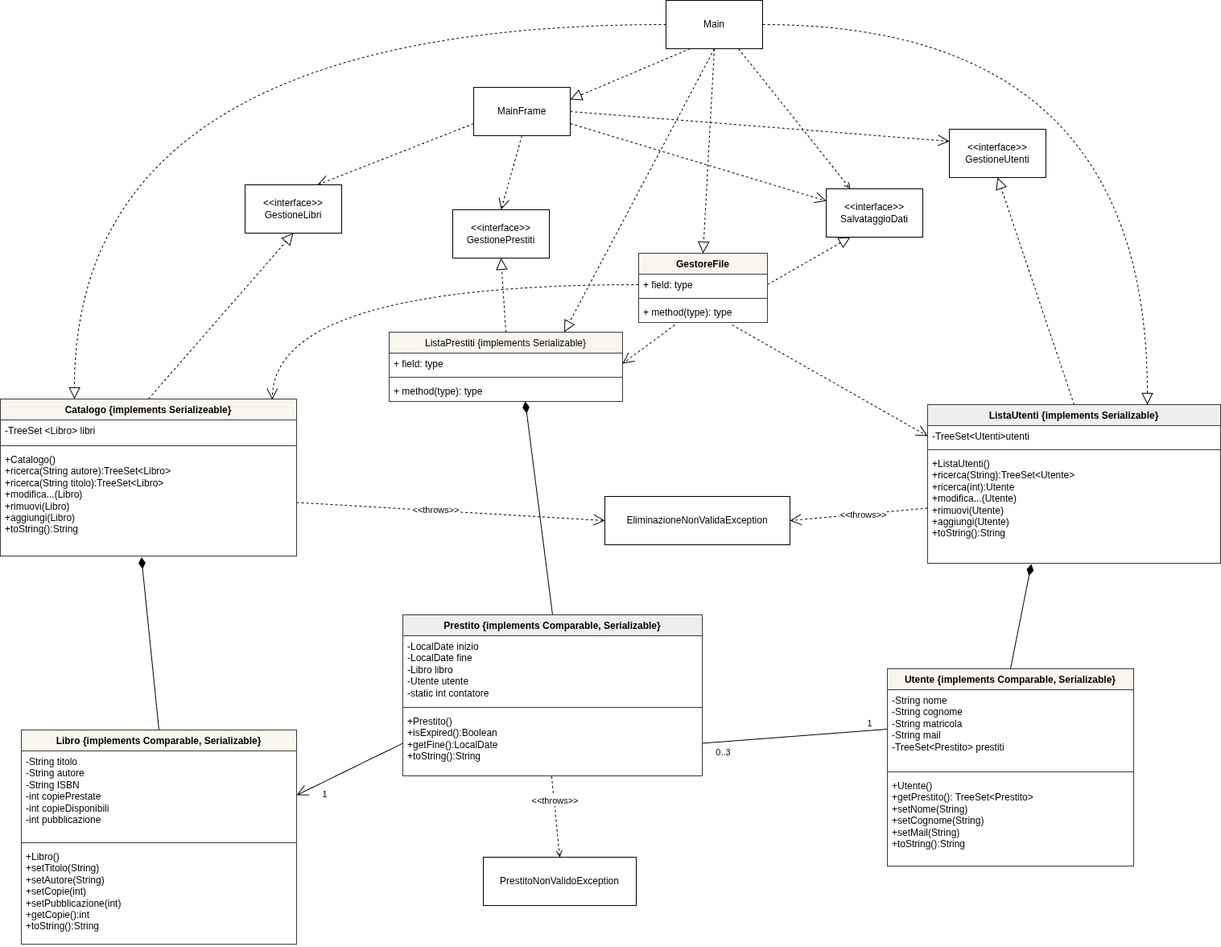
Above: Design/Class_Diagram.drawio .png in doppiaaa/Progetto-Biblioteca-Ingegneria-del-Software (draw.io), before the change. Source tidied: cells renumbered, new cells last; positions are measured from the earlier drawing's top-left corner, leaving out a move shared by most shapes.
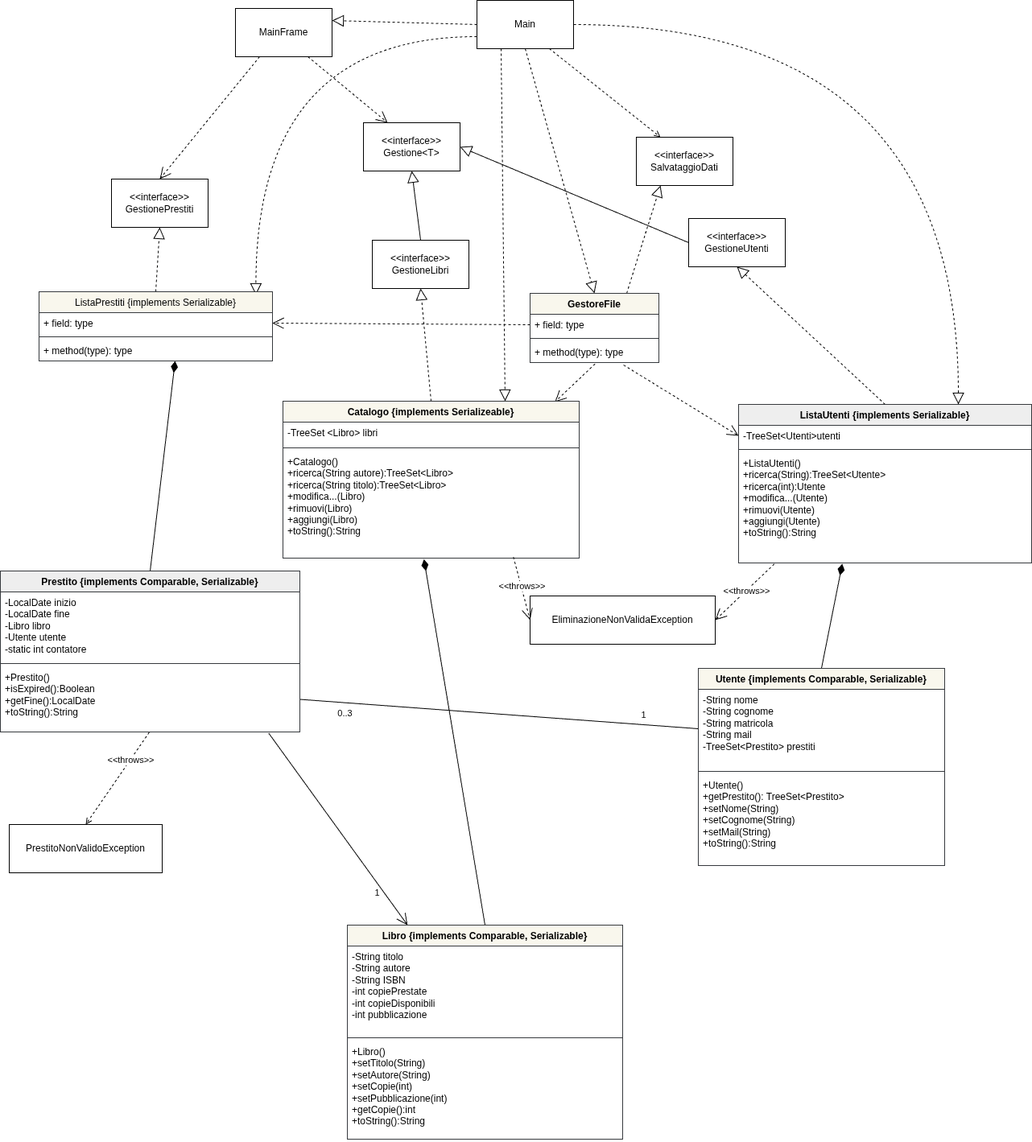
The same diagram one commit later.

What changed in the source:
```diff
@@ -2,31 +2,28 @@
   <root>
     <mxCell id="0" />
     <mxCell id="1" parent="0" />
-    <mxCell id="2" style="rounded=0;jettySize=auto;html=1;exitX=0;exitY=0.75;exitDx=0;exitDy=0;entryX=0.75;entryY=0;entryDx=0;entryDy=0;dashed=1;endArrow=open;endFill=0;endSize=12;fontColor=light-dark(#000000,#000000);strokeColor=light-dark(#000000,#000000);" parent="1" edge="1" source="6" target="7">
-      <mxGeometry relative="1" as="geometry" />
-    </mxCell>
-    <mxCell id="3" style="rounded=0;jettySize=auto;html=1;exitX=0.5;exitY=1;exitDx=0;exitDy=0;entryX=0.5;entryY=0;entryDx=0;entryDy=0;dashed=1;endArrow=open;endFill=0;endSize=12;fontColor=light-dark(#000000,#000000);strokeColor=light-dark(#000000,#000000);" parent="1" edge="1" source="6" target="8">
+    <mxCell id="3" style="rounded=0;jettySize=auto;html=1;exitX=0.25;exitY=1;exitDx=0;exitDy=0;entryX=0.5;entryY=0;entryDx=0;entryDy=0;dashed=1;endArrow=open;endFill=0;endSize=12;fontColor=light-dark(#000000,#000000);strokeColor=light-dark(#000000,#000000);" parent="1" edge="1" source="6" target="8">
       <mxGeometry relative="1" as="geometry" />
     </mxCell>
-    <mxCell id="4" style="rounded=0;jettySize=auto;html=1;exitX=1;exitY=0.5;exitDx=0;exitDy=0;entryX=0;entryY=0.25;entryDx=0;entryDy=0;dashed=1;endArrow=open;endFill=0;endSize=12;fontColor=light-dark(#000000,#000000);strokeColor=light-dark(#000000,#000000);" parent="1" edge="1" source="6" target="9">
+    <mxCell id="4" style="rounded=0;jettySize=auto;html=1;exitX=0.75;exitY=1;exitDx=0;exitDy=0;entryX=0.25;entryY=0;entryDx=0;entryDy=0;dashed=1;endArrow=open;endFill=0;endSize=12;fontColor=light-dark(#000000,#000000);strokeColor=light-dark(#000000,#000000);" parent="1" edge="1" source="6" target="71">
       <mxGeometry relative="1" as="geometry" />
     </mxCell>
-    <mxCell id="5" style="rounded=0;jettySize=auto;html=1;exitX=1;exitY=0.75;exitDx=0;exitDy=0;entryX=0;entryY=0.25;entryDx=0;entryDy=0;dashed=1;endArrow=open;endFill=0;strokeColor=light-dark(#000000,#000000);endSize=12;" parent="1" edge="1" source="6" target="31">
-      <mxGeometry relative="1" as="geometry" />
-    </mxCell>
     <mxCell id="6" value="MainFrame" style="rounded=0;whiteSpace=wrap;html=1;fontColor=light-dark(#000000,#FFFFFF);strokeColor=light-dark(#000000,#000000);" parent="1" vertex="1">
-      <mxGeometry x="588" y="108" width="120" height="60" as="geometry" />
+      <mxGeometry x="527" y="10" width="120" height="60" as="geometry" />
     </mxCell>
+    <mxCell id="69" style="rounded=0;jettySize=auto;html=1;exitX=0.5;exitY=0;exitDx=0;exitDy=0;entryX=0.5;entryY=1;entryDx=0;entryDy=0;endArrow=block;endFill=0;strokeColor=light-dark(#000000,#000000);endSize=12;" parent="1" edge="1" source="7" target="71">
+      <mxGeometry relative="1" as="geometry" />
+    </mxCell>
     <mxCell id="7" value="&amp;lt;&amp;lt;interface&amp;gt;&amp;gt;&lt;div&gt;GestioneLibri&lt;/div&gt;" style="rounded=0;whiteSpace=wrap;html=1;fontColor=light-dark(#000000,#FFFFFF);labelBackgroundColor=default;strokeColor=light-dark(#000000,#000000);" parent="1" vertex="1">
-      <mxGeometry x="304" y="229" width="120" height="60" as="geometry" />
+      <mxGeometry x="697" y="298" width="120" height="60" as="geometry" />
     </mxCell>
     <mxCell id="8" value="&amp;lt;&amp;lt;interface&amp;gt;&amp;gt;&lt;div&gt;GestionePrestiti&lt;/div&gt;" style="rounded=0;whiteSpace=wrap;html=1;fontColor=light-dark(#000000,#FFFFFF);strokeColor=light-dark(#000000,#000000);" parent="1" vertex="1">
-      <mxGeometry x="562" y="260" width="120" height="60" as="geometry" />
+      <mxGeometry x="373" y="222" width="120" height="60" as="geometry" />
     </mxCell>
     <mxCell id="9" value="&amp;lt;&amp;lt;interface&amp;gt;&amp;gt;&lt;div&gt;GestioneUtenti&lt;/div&gt;" style="rounded=0;whiteSpace=wrap;html=1;fontColor=light-dark(#000000,#FFFFFF);strokeColor=light-dark(#000000,#000000);" parent="1" vertex="1">
-      <mxGeometry x="1179" y="160" width="120" height="60" as="geometry" />
+      <mxGeometry x="1090" y="271" width="120" height="60" as="geometry" />
     </mxCell>
-    <mxCell id="10" style="rounded=0;jettySize=auto;html=1;entryX=1;entryY=0.5;entryDx=0;entryDy=0;endArrow=open;endFill=0;strokeWidth=1;fontColor=light-dark(#000000,#000000);strokeColor=light-dark(#000000,#000000);endSize=12;exitX=0;exitY=0.5;exitDx=0;exitDy=0;" parent="1" edge="1" source="44" target="46">
+    <mxCell id="10" style="rounded=0;jettySize=auto;html=1;endArrow=open;endFill=0;strokeWidth=1;fontColor=light-dark(#000000,#000000);strokeColor=light-dark(#000000,#000000);endSize=12;exitX=0.896;exitY=1.019;exitDx=0;exitDy=0;exitPerimeter=0;" parent="1" edge="1" source="44" target="45">
       <mxGeometry relative="1" as="geometry" />
     </mxCell>
     <mxCell id="11" value="1" style="edgeLabel;html=1;align=center;verticalAlign=middle;" parent="10" vertex="1">
@@ -65,19 +62,19 @@
     <mxCell id="20" style="rounded=0;jettySize=auto;html=1;exitX=0.5;exitY=0;exitDx=0;exitDy=0;entryX=0.5;entryY=1;entryDx=0;entryDy=0;dashed=1;endArrow=block;endFill=0;endSize=12;fontColor=light-dark(#000000,#000000);strokeColor=light-dark(#000000,#000000);" parent="1" edge="1" source="65" target="8">
       <mxGeometry relative="1" as="geometry" />
     </mxCell>
-    <mxCell id="21" style="rounded=0;jettySize=auto;html=1;exitX=0.25;exitY=1;exitDx=0;exitDy=0;entryX=1;entryY=0.25;entryDx=0;entryDy=0;strokeColor=light-dark(#000000,#000000);dashed=1;endArrow=block;endFill=0;endSize=12;" parent="1" edge="1" source="27" target="6">
+    <mxCell id="21" style="rounded=0;jettySize=auto;html=1;exitX=0;exitY=0.5;exitDx=0;exitDy=0;entryX=1;entryY=0.25;entryDx=0;entryDy=0;strokeColor=light-dark(#000000,#000000);dashed=1;endArrow=block;endFill=0;endSize=12;" parent="1" edge="1" source="27" target="6">
       <mxGeometry relative="1" as="geometry" />
     </mxCell>
     <mxCell id="22" style="rounded=0;jettySize=auto;html=1;exitX=0.5;exitY=1;exitDx=0;exitDy=0;entryX=0.5;entryY=0;entryDx=0;entryDy=0;strokeColor=light-dark(#000000,#000000);endArrow=block;endFill=0;dashed=1;endSize=12;" parent="1" edge="1" source="27" target="61">
       <mxGeometry relative="1" as="geometry" />
     </mxCell>
-    <mxCell id="23" style="edgeStyle=orthogonalEdgeStyle;rounded=0;jettySize=auto;html=1;exitX=0;exitY=0.5;exitDx=0;exitDy=0;entryX=0.25;entryY=0;entryDx=0;entryDy=0;strokeColor=light-dark(#000000,#000000);curved=1;dashed=1;endSize=12;endArrow=block;endFill=0;" parent="1" edge="1" source="27" target="53">
+    <mxCell id="23" style="rounded=0;jettySize=auto;html=1;exitX=0.25;exitY=1;exitDx=0;exitDy=0;entryX=0.75;entryY=0;entryDx=0;entryDy=0;strokeColor=light-dark(#000000,#000000);dashed=1;endSize=12;endArrow=block;endFill=0;" parent="1" edge="1" source="27" target="53">
       <mxGeometry relative="1" as="geometry" />
     </mxCell>
     <mxCell id="24" style="edgeStyle=orthogonalEdgeStyle;rounded=0;jettySize=auto;html=1;exitX=1;exitY=0.5;exitDx=0;exitDy=0;entryX=0.75;entryY=0;entryDx=0;entryDy=0;strokeColor=light-dark(#000000,#000000);curved=1;dashed=1;endArrow=block;endFill=0;endSize=12;" parent="1" edge="1" source="27" target="57">
       <mxGeometry relative="1" as="geometry" />
     </mxCell>
-    <mxCell id="25" style="rounded=0;jettySize=auto;html=1;exitX=0.5;exitY=1;exitDx=0;exitDy=0;entryX=0.75;entryY=0;entryDx=0;entryDy=0;strokeColor=light-dark(#000000,#000000);dashed=1;endArrow=block;endFill=0;endSize=12;" parent="1" edge="1" source="27" target="65">
+    <mxCell id="25" style="rounded=0;jettySize=auto;html=1;exitX=0;exitY=0.75;exitDx=0;exitDy=0;entryX=0.929;entryY=0.047;entryDx=0;entryDy=0;strokeColor=light-dark(#000000,#000000);dashed=1;endArrow=block;endFill=0;endSize=12;edgeStyle=orthogonalEdgeStyle;curved=1;entryPerimeter=0;" parent="1" edge="1" source="27" target="65">
       <mxGeometry relative="1" as="geometry" />
     </mxCell>
     <mxCell id="26" style="rounded=0;jettySize=auto;html=1;exitX=0.75;exitY=1;exitDx=0;exitDy=0;entryX=0.25;entryY=0;entryDx=0;entryDy=0;dashed=1;endArrow=open;endFill=0;strokeColor=light-dark(#000000,#000000);" parent="1" edge="1" source="27" target="31">
@@ -86,29 +83,32 @@
     <mxCell id="27" value="Main" style="rounded=0;whiteSpace=wrap;html=1;" parent="1" vertex="1">
       <mxGeometry x="827" width="120" height="60" as="geometry" />
     </mxCell>
-    <mxCell id="28" style="rounded=0;jettySize=auto;html=1;exitX=1;exitY=0.5;exitDx=0;exitDy=0;entryX=0.25;entryY=1;entryDx=0;entryDy=0;strokeColor=light-dark(#000000,#000000);dashed=1;endArrow=block;endFill=0;endSize=12;" parent="1" edge="1" source="62" target="31">
+    <mxCell id="28" style="rounded=0;jettySize=auto;html=1;exitX=0.75;exitY=0;exitDx=0;exitDy=0;entryX=0.25;entryY=1;entryDx=0;entryDy=0;strokeColor=light-dark(#000000,#000000);dashed=1;endArrow=block;endFill=0;endSize=12;" parent="1" edge="1" source="61" target="31">
       <mxGeometry relative="1" as="geometry" />
     </mxCell>
-    <mxCell id="29" style="rounded=0;jettySize=auto;html=1;exitX=0.281;exitY=1.115;exitDx=0;exitDy=0;entryX=1;entryY=0.5;entryDx=0;entryDy=0;strokeColor=light-dark(#000000,#000000);endSize=12;dashed=1;endArrow=open;endFill=0;exitPerimeter=0;" parent="1" edge="1" source="64" target="66">
+    <mxCell id="29" style="rounded=0;jettySize=auto;html=1;exitX=0;exitY=0.5;exitDx=0;exitDy=0;entryX=1;entryY=0.5;entryDx=0;entryDy=0;strokeColor=light-dark(#000000,#000000);endSize=12;dashed=1;endArrow=open;endFill=0;" parent="1" edge="1" source="62" target="66">
       <mxGeometry relative="1" as="geometry" />
     </mxCell>
-    <mxCell id="30" style="rounded=0;jettySize=auto;html=1;exitX=0;exitY=0.5;exitDx=0;exitDy=0;entryX=0.918;entryY=0.005;entryDx=0;entryDy=0;dashed=1;strokeColor=light-dark(#000000,#000000);endSize=12;endArrow=open;endFill=0;edgeStyle=orthogonalEdgeStyle;curved=1;entryPerimeter=0;" parent="1" edge="1" source="62" target="53">
+    <mxCell id="30" style="rounded=0;jettySize=auto;html=1;exitX=0.504;exitY=1.066;exitDx=0;exitDy=0;entryX=0.918;entryY=0.005;entryDx=0;entryDy=0;dashed=1;strokeColor=light-dark(#000000,#000000);endSize=12;endArrow=open;endFill=0;entryPerimeter=0;exitPerimeter=0;" parent="1" edge="1" source="64" target="53">
       <mxGeometry relative="1" as="geometry" />
     </mxCell>
+    <mxCell id="70" style="rounded=0;jettySize=auto;html=1;exitX=0;exitY=0.5;exitDx=0;exitDy=0;entryX=1;entryY=0.5;entryDx=0;entryDy=0;strokeColor=light-dark(#000000,#000000);endArrow=block;endFill=0;endSize=12;" parent="1" edge="1" source="9" target="71">
+      <mxGeometry relative="1" as="geometry" />
+    </mxCell>
     <mxCell id="31" value="&amp;lt;&amp;lt;interface&amp;gt;&amp;gt;&lt;div&gt;SalvataggioDati&lt;/div&gt;" style="rounded=0;whiteSpace=wrap;html=1;" parent="1" vertex="1">
-      <mxGeometry x="1026" y="234" width="120" height="60" as="geometry" />
+      <mxGeometry x="1025" y="170" width="120" height="60" as="geometry" />
     </mxCell>
     <mxCell id="32" value="PrestitoNonValidoException" style="rounded=0;whiteSpace=wrap;html=1;" parent="1" vertex="1">
-      <mxGeometry x="600" y="1064" width="190" height="60" as="geometry" />
+      <mxGeometry x="246" y="1024" width="190" height="60" as="geometry" />
     </mxCell>
-    <mxCell id="33" style="rounded=0;jettySize=auto;html=1;entryX=1;entryY=0.5;entryDx=0;entryDy=0;strokeColor=light-dark(#000000,#000000);exitX=0;exitY=0.5;exitDx=0;exitDy=0;dashed=1;endArrow=open;endFill=0;endSize=12;" parent="1" edge="1" source="60" target="35">
+    <mxCell id="33" style="rounded=0;jettySize=auto;html=1;entryX=1;entryY=0.5;entryDx=0;entryDy=0;strokeColor=light-dark(#000000,#000000);exitX=0.122;exitY=1.009;exitDx=0;exitDy=0;dashed=1;endArrow=open;endFill=0;endSize=12;exitPerimeter=0;" parent="1" edge="1" source="60" target="35">
       <mxGeometry relative="1" as="geometry" />
     </mxCell>
     <mxCell id="34" value="&amp;lt;&amp;lt;throws&amp;gt;&amp;gt;" style="edgeLabel;html=1;align=center;verticalAlign=middle;" parent="33" vertex="1">
       <mxGeometry x="-0.05" relative="1" as="geometry" />
     </mxCell>
     <mxCell id="35" value="EliminazioneNonValidaException" style="rounded=0;whiteSpace=wrap;html=1;" parent="1" vertex="1">
-      <mxGeometry x="751" y="616" width="230" height="60" as="geometry" />
+      <mxGeometry x="893" y="740" width="230" height="60" as="geometry" />
     </mxCell>
     <mxCell id="36" style="rounded=0;jettySize=auto;html=1;exitX=0.497;exitY=1.006;exitDx=0;exitDy=0;strokeColor=light-dark(#000000,#000000);exitPerimeter=0;entryX=0.5;entryY=0;entryDx=0;entryDy=0;dashed=1;endArrow=open;endFill=0;" parent="1" edge="1" source="44" target="32">
       <mxGeometry relative="1" as="geometry" />
@@ -116,7 +116,7 @@
     <mxCell id="37" value="&amp;lt;&amp;lt;throws&amp;gt;&amp;gt;" style="edgeLabel;html=1;align=center;verticalAlign=middle;" parent="36" vertex="1">
       <mxGeometry x="-0.41" relative="1" as="geometry" />
     </mxCell>
-    <mxCell id="38" style="rounded=0;jettySize=auto;html=1;exitX=1;exitY=0.5;exitDx=0;exitDy=0;entryX=0;entryY=0.5;entryDx=0;entryDy=0;fontColor=light-dark(#000000,#000000);endSize=12;endArrow=open;endFill=0;dashed=1;strokeColor=light-dark(#000000,#000000);" parent="1" edge="1" source="56" target="35">
+    <mxCell id="38" style="rounded=0;jettySize=auto;html=1;exitX=0.778;exitY=0.99;exitDx=0;exitDy=0;entryX=0;entryY=0.5;entryDx=0;entryDy=0;fontColor=light-dark(#000000,#000000);endSize=12;endArrow=open;endFill=0;dashed=1;strokeColor=light-dark(#000000,#000000);exitPerimeter=0;" parent="1" edge="1" source="56" target="35">
       <mxGeometry relative="1" as="geometry" />
     </mxCell>
     <mxCell id="39" value="&amp;lt;&amp;lt;throws&amp;gt;&amp;gt;" style="edgeLabel;html=1;align=center;verticalAlign=middle;" parent="38" vertex="1">
@@ -126,7 +126,7 @@
       <mxGeometry relative="1" as="geometry" />
     </mxCell>
     <mxCell id="41" value="Prestito {implements Comparable, Serializable}" style="swimlane;fontStyle=1;align=center;verticalAlign=top;horizontal=1;startSize=26;whiteSpace=wrap;html=1;fillColor=#eeeeee;strokeColor=#36393d;" parent="1" vertex="1">
-      <mxGeometry x="500" y="763" width="372" height="200" as="geometry" />
+      <mxGeometry x="235" y="709" width="372" height="200" as="geometry" />
     </mxCell>
     <mxCell id="42" value="&lt;span&gt;&lt;font style=&quot;color: light-dark(rgb(0, 0, 0), rgb(0, 0, 0));&quot;&gt;-LocalDate inizio&lt;/font&gt;&lt;/span&gt;&lt;div style=&quot;color: rgb(0, 0, 0);&quot;&gt;&lt;font style=&quot;color: light-dark(rgb(0, 0, 0), rgb(0, 0, 0));&quot;&gt;-LocalDate fine&lt;/font&gt;&lt;/div&gt;&lt;div style=&quot;color: rgb(0, 0, 0);&quot;&gt;&lt;font style=&quot;color: light-dark(rgb(0, 0, 0), rgb(0, 0, 0));&quot;&gt;-Libro libro&lt;/font&gt;&lt;/div&gt;&lt;div style=&quot;color: rgb(0, 0, 0);&quot;&gt;&lt;font style=&quot;color: light-dark(rgb(0, 0, 0), rgb(0, 0, 0));&quot;&gt;-Utente utente&lt;/font&gt;&lt;/div&gt;&lt;div style=&quot;color: rgb(0, 0, 0);&quot;&gt;&lt;font style=&quot;color: light-dark(rgb(0, 0, 0), rgb(0, 0, 0));&quot;&gt;-static int contatore&lt;/font&gt;&lt;/div&gt;" style="text;strokeColor=none;fillColor=none;align=left;verticalAlign=top;spacingLeft=4;spacingRight=4;overflow=hidden;whiteSpace=wrap;html=1;" parent="41" vertex="1">
       <mxGeometry y="26" width="372" height="85" as="geometry" />
@@ -138,7 +138,7 @@
       <mxGeometry y="119" width="372" height="81" as="geometry" />
     </mxCell>
     <mxCell id="45" value="Libro {implements Comparable, Serializable}" style="swimlane;fontStyle=1;align=center;verticalAlign=top;horizontal=1;startSize=26;whiteSpace=wrap;html=1;fillColor=#f9f7ed;strokeColor=#36393d;" parent="1" vertex="1">
-      <mxGeometry x="26" y="906" width="342" height="266" as="geometry" />
+      <mxGeometry x="666" y="1149" width="342" height="266" as="geometry" />
     </mxCell>
     <mxCell id="46" value="&lt;font style=&quot;color: light-dark(rgb(0, 0, 0), rgb(0, 0, 0));&quot;&gt;-String titolo&lt;/font&gt;&lt;div&gt;&lt;font style=&quot;color: light-dark(rgb(0, 0, 0), rgb(0, 0, 0));&quot;&gt;-String autore&lt;/font&gt;&lt;/div&gt;&lt;div&gt;&lt;font style=&quot;color: light-dark(rgb(0, 0, 0), rgb(0, 0, 0));&quot;&gt;-String ISBN&lt;/font&gt;&lt;/div&gt;&lt;div&gt;&lt;font style=&quot;color: light-dark(rgb(0, 0, 0), rgb(0, 0, 0));&quot;&gt;-int copiePrestate&lt;/font&gt;&lt;/div&gt;&lt;div&gt;&lt;font style=&quot;color: light-dark(rgb(0, 0, 0), rgb(0, 0, 0));&quot;&gt;-int copieDisponibili&lt;/font&gt;&lt;/div&gt;&lt;div&gt;&lt;font style=&quot;color: light-dark(rgb(0, 0, 0), rgb(0, 0, 0));&quot;&gt;-int pubblicazione&lt;/font&gt;&lt;/div&gt;&lt;div&gt;&lt;br style=&quot;color: rgb(0, 0, 0);&quot;&gt;&lt;/div&gt;" style="text;strokeColor=none;fillColor=none;align=left;verticalAlign=top;spacingLeft=4;spacingRight=4;overflow=hidden;points=[[0,0.5],[1,0.5]];portConstraint=eastwest;whiteSpace=wrap;html=1;" parent="45" vertex="1">
       <mxGeometry y="26" width="342" height="110" as="geometry" />
@@ -162,7 +162,7 @@
       <mxGeometry y="132" width="306" height="113" as="geometry" />
     </mxCell>
     <mxCell id="53" value="Catalogo {implements Serializeable}" style="swimlane;fontStyle=1;align=center;verticalAlign=top;horizontal=1;startSize=26;whiteSpace=wrap;html=1;fillColor=#f9f7ed;strokeColor=#36393d;" parent="1" vertex="1">
-      <mxGeometry y="495" width="368" height="195" as="geometry" />
+      <mxGeometry x="586" y="498" width="368" height="195" as="geometry" />
     </mxCell>
     <mxCell id="54" value="&lt;span&gt;&lt;font style=&quot;color: light-dark(rgb(0, 0, 0), rgb(0, 0, 0));&quot;&gt;-TreeSet &amp;lt;Libro&amp;gt; libri&lt;/font&gt;&lt;/span&gt;" style="text;strokeColor=none;fillColor=none;align=left;verticalAlign=top;spacingLeft=4;spacingRight=4;overflow=hidden;whiteSpace=wrap;html=1;" parent="53" vertex="1">
       <mxGeometry y="26" width="368" height="28" as="geometry" />
@@ -186,7 +186,7 @@
       <mxGeometry y="60" width="364" height="137" as="geometry" />
     </mxCell>
     <mxCell id="61" value="GestoreFile" style="swimlane;fontStyle=1;align=center;verticalAlign=top;horizontal=1;startSize=26;whiteSpace=wrap;html=1;fillColor=#f9f7ed;strokeColor=#36393d;" parent="1" vertex="1">
-      <mxGeometry x="793" y="314" width="160" height="86" as="geometry" />
+      <mxGeometry x="893" y="364" width="160" height="86" as="geometry" />
     </mxCell>
     <mxCell id="62" value="+ field: type" style="text;strokeColor=none;fillColor=none;align=left;verticalAlign=top;spacingLeft=4;spacingRight=4;overflow=hidden;points=[[0,0.5],[1,0.5]];portConstraint=eastwest;whiteSpace=wrap;html=1;" parent="61" vertex="1">
       <mxGeometry y="26" width="160" height="26" as="geometry" />
@@ -198,7 +198,7 @@
       <mxGeometry y="60" width="160" height="26" as="geometry" />
     </mxCell>
     <mxCell id="65" value="&lt;span style=&quot;font-weight: 400;&quot;&gt;ListaPrestiti {implements Serializable}&lt;/span&gt;" style="swimlane;fontStyle=1;align=center;verticalAlign=top;horizontal=1;startSize=26;whiteSpace=wrap;html=1;fillColor=#f9f7ed;strokeColor=#36393d;" parent="1" vertex="1">
-      <mxGeometry x="483" y="412" width="290" height="86" as="geometry" />
+      <mxGeometry x="283" y="362" width="290" height="86" as="geometry" />
     </mxCell>
     <mxCell id="66" value="+ field: type" style="text;strokeColor=none;fillColor=none;align=left;verticalAlign=top;spacingLeft=4;spacingRight=4;overflow=hidden;points=[[0,0.5],[1,0.5]];portConstraint=eastwest;whiteSpace=wrap;html=1;" parent="65" vertex="1">
       <mxGeometry y="26" width="290" height="26" as="geometry" />
@@ -209,5 +209,8 @@
     <mxCell id="68" value="+ method(type): type" style="text;strokeColor=none;fillColor=none;align=left;verticalAlign=top;spacingLeft=4;spacingRight=4;overflow=hidden;points=[[0,0.5],[1,0.5]];portConstraint=eastwest;whiteSpace=wrap;html=1;" parent="65" vertex="1">
       <mxGeometry y="60" width="290" height="26" as="geometry" />
     </mxCell>
+    <mxCell id="71" value="&amp;lt;&amp;lt;interface&amp;gt;&amp;gt;&lt;div&gt;Gestione&amp;lt;T&amp;gt;&lt;/div&gt;" style="rounded=0;whiteSpace=wrap;html=1;" parent="1" vertex="1">
+      <mxGeometry x="686" y="152" width="120" height="60" as="geometry" />
+    </mxCell>
   </root>
 </mxGraphModel>
```
